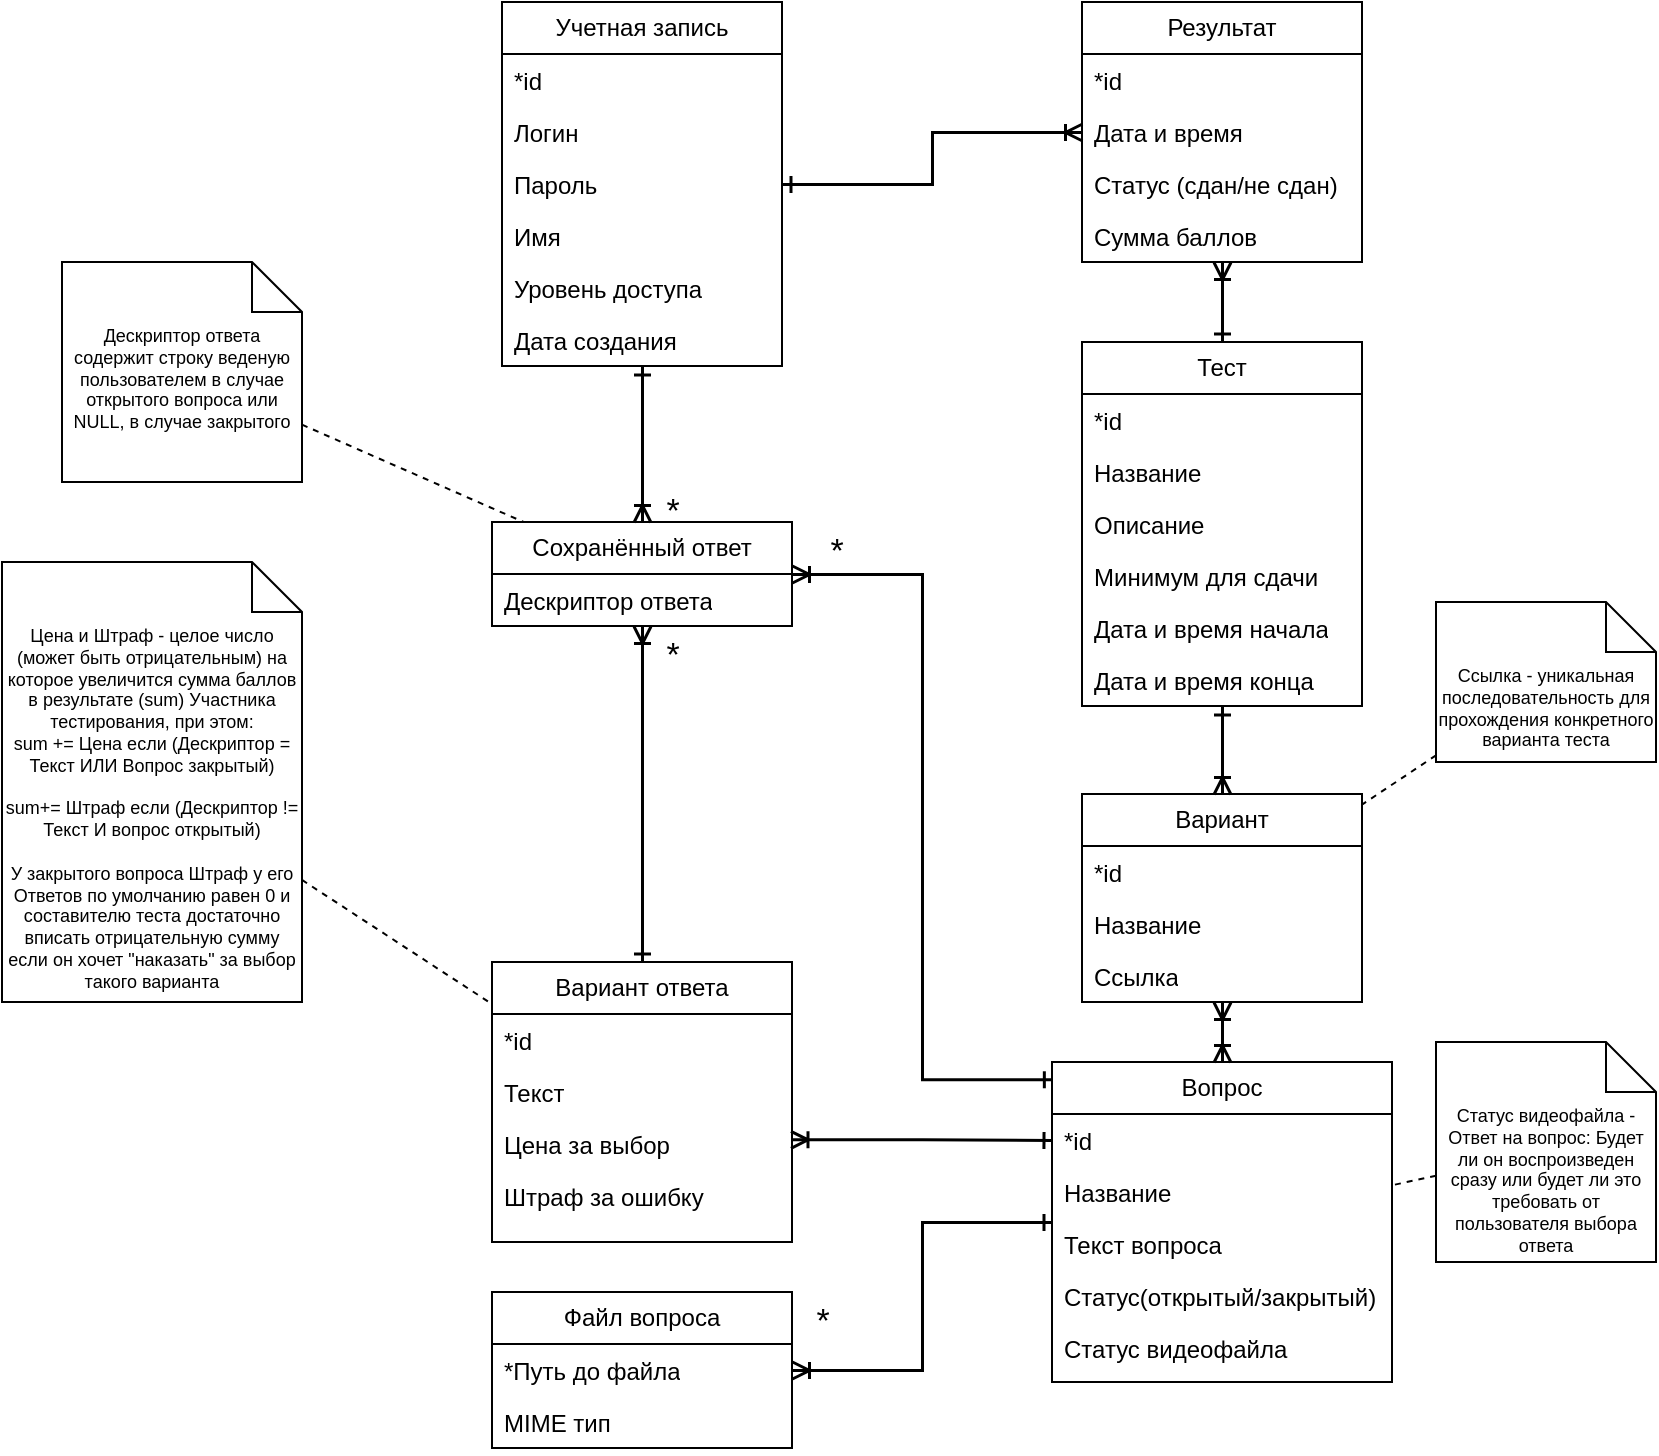
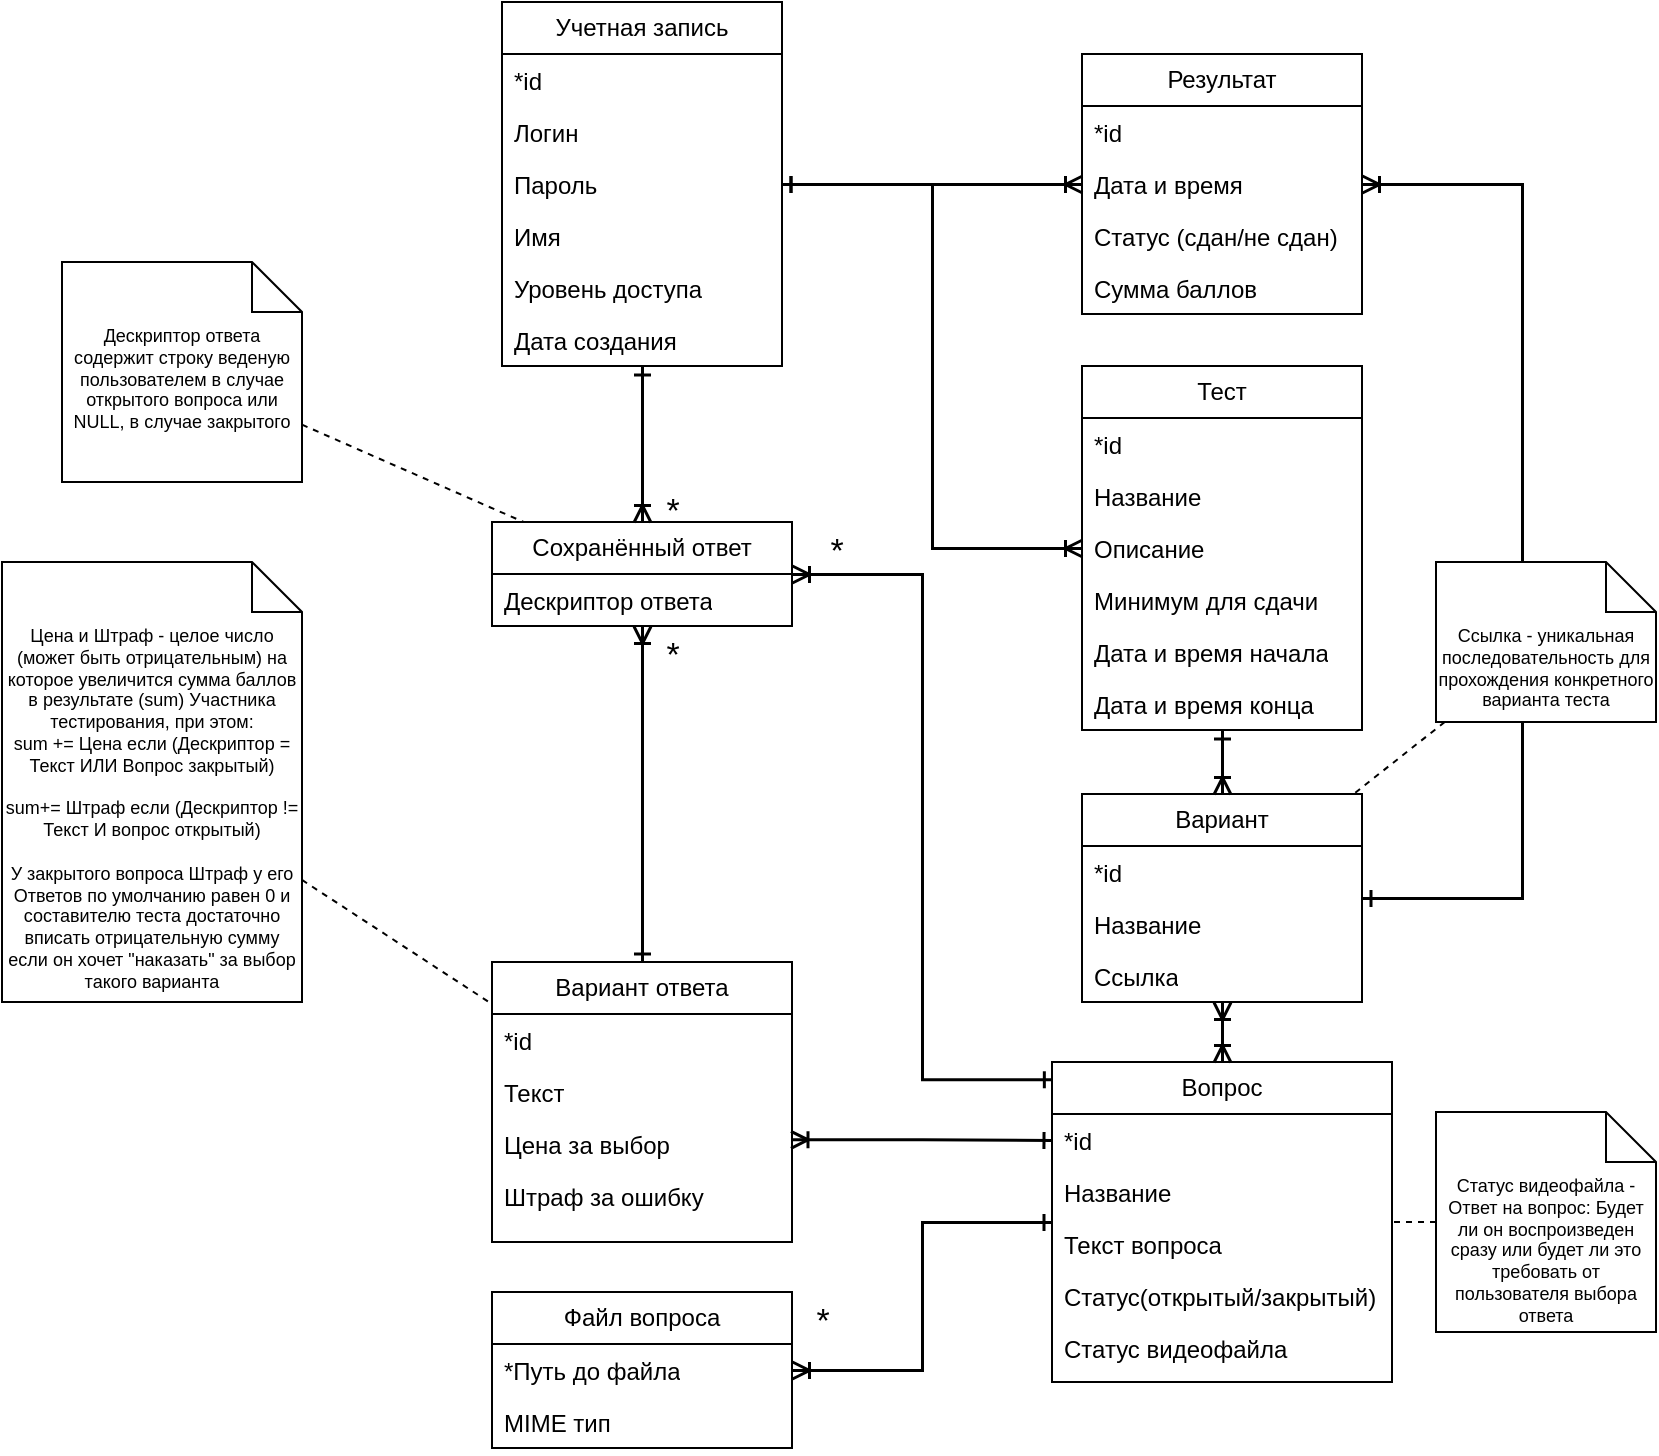
<mxfile host="app.diagrams.net" agent="Mozilla/5.0 (Windows NT 10.0; Win64; x64) AppleWebKit/537.36 (KHTML, like Gecko) Chrome/128.0.0.0 Safari/537.36 OPR/114.0.0.0 (Edition Yx 05)" version="25.0.3">
  <diagram name="Страница — 1" id="Pyf_nM96_FbpkDj3g_Yq">
    <mxGraphModel dx="1748" dy="819" grid="1" gridSize="10" guides="1" tooltips="1" connect="1" arrows="1" fold="1" page="1" pageScale="1" pageWidth="827" pageHeight="1169" math="0" shadow="0">
      <root>
        <mxCell id="0" />
        <mxCell id="1" parent="0" />
        <mxCell id="HcKqTVsdb6viHk0sIlYB-1" value="Учетная запись" style="swimlane;fontStyle=0;childLayout=stackLayout;horizontal=1;startSize=26;fillColor=none;horizontalStack=0;resizeParent=1;resizeParentMax=0;resizeLast=0;collapsible=1;marginBottom=0;whiteSpace=wrap;html=1;" vertex="1" parent="1">
          <mxGeometry x="250" width="140" height="182" as="geometry" />
        </mxCell>
        <mxCell id="HcKqTVsdb6viHk0sIlYB-2" value="*id" style="text;strokeColor=none;fillColor=none;align=left;verticalAlign=top;spacingLeft=4;spacingRight=4;overflow=hidden;rotatable=0;points=[[0,0.5],[1,0.5]];portConstraint=eastwest;whiteSpace=wrap;html=1;" vertex="1" parent="HcKqTVsdb6viHk0sIlYB-1">
          <mxGeometry y="26" width="140" height="26" as="geometry" />
        </mxCell>
        <mxCell id="HcKqTVsdb6viHk0sIlYB-3" value="Логин" style="text;strokeColor=none;fillColor=none;align=left;verticalAlign=top;spacingLeft=4;spacingRight=4;overflow=hidden;rotatable=0;points=[[0,0.5],[1,0.5]];portConstraint=eastwest;whiteSpace=wrap;html=1;" vertex="1" parent="HcKqTVsdb6viHk0sIlYB-1">
          <mxGeometry y="52" width="140" height="26" as="geometry" />
        </mxCell>
        <mxCell id="HcKqTVsdb6viHk0sIlYB-4" value="Пароль" style="text;strokeColor=none;fillColor=none;align=left;verticalAlign=top;spacingLeft=4;spacingRight=4;overflow=hidden;rotatable=0;points=[[0,0.5],[1,0.5]];portConstraint=eastwest;whiteSpace=wrap;html=1;" vertex="1" parent="HcKqTVsdb6viHk0sIlYB-1">
          <mxGeometry y="78" width="140" height="26" as="geometry" />
        </mxCell>
        <mxCell id="HcKqTVsdb6viHk0sIlYB-5" value="Имя" style="text;strokeColor=none;fillColor=none;align=left;verticalAlign=top;spacingLeft=4;spacingRight=4;overflow=hidden;rotatable=0;points=[[0,0.5],[1,0.5]];portConstraint=eastwest;whiteSpace=wrap;html=1;" vertex="1" parent="HcKqTVsdb6viHk0sIlYB-1">
          <mxGeometry y="104" width="140" height="26" as="geometry" />
        </mxCell>
        <mxCell id="HcKqTVsdb6viHk0sIlYB-6" value="Уровень доступа" style="text;strokeColor=none;fillColor=none;align=left;verticalAlign=top;spacingLeft=4;spacingRight=4;overflow=hidden;rotatable=0;points=[[0,0.5],[1,0.5]];portConstraint=eastwest;whiteSpace=wrap;html=1;" vertex="1" parent="HcKqTVsdb6viHk0sIlYB-1">
          <mxGeometry y="130" width="140" height="26" as="geometry" />
        </mxCell>
        <mxCell id="HcKqTVsdb6viHk0sIlYB-7" value="Дата создания" style="text;strokeColor=none;fillColor=none;align=left;verticalAlign=top;spacingLeft=4;spacingRight=4;overflow=hidden;rotatable=0;points=[[0,0.5],[1,0.5]];portConstraint=eastwest;whiteSpace=wrap;html=1;" vertex="1" parent="HcKqTVsdb6viHk0sIlYB-1">
          <mxGeometry y="156" width="140" height="26" as="geometry" />
        </mxCell>
        <mxCell id="HcKqTVsdb6viHk0sIlYB-8" value="Тест" style="swimlane;fontStyle=0;childLayout=stackLayout;horizontal=1;startSize=26;fillColor=none;horizontalStack=0;resizeParent=1;resizeParentMax=0;resizeLast=0;collapsible=1;marginBottom=0;whiteSpace=wrap;html=1;" vertex="1" parent="1">
-           <mxGeometry x="540" y="170" width="140" height="182" as="geometry" />
+           <mxGeometry x="540" y="182" width="140" height="182" as="geometry" />
        </mxCell>
        <mxCell id="HcKqTVsdb6viHk0sIlYB-9" value="*id" style="text;strokeColor=none;fillColor=none;align=left;verticalAlign=top;spacingLeft=4;spacingRight=4;overflow=hidden;rotatable=0;points=[[0,0.5],[1,0.5]];portConstraint=eastwest;whiteSpace=wrap;html=1;" vertex="1" parent="HcKqTVsdb6viHk0sIlYB-8">
          <mxGeometry y="26" width="140" height="26" as="geometry" />
        </mxCell>
        <mxCell id="HcKqTVsdb6viHk0sIlYB-10" value="Название" style="text;strokeColor=none;fillColor=none;align=left;verticalAlign=top;spacingLeft=4;spacingRight=4;overflow=hidden;rotatable=0;points=[[0,0.5],[1,0.5]];portConstraint=eastwest;whiteSpace=wrap;html=1;" vertex="1" parent="HcKqTVsdb6viHk0sIlYB-8">
          <mxGeometry y="52" width="140" height="26" as="geometry" />
        </mxCell>
        <mxCell id="HcKqTVsdb6viHk0sIlYB-11" value="Описание" style="text;strokeColor=none;fillColor=none;align=left;verticalAlign=top;spacingLeft=4;spacingRight=4;overflow=hidden;rotatable=0;points=[[0,0.5],[1,0.5]];portConstraint=eastwest;whiteSpace=wrap;html=1;" vertex="1" parent="HcKqTVsdb6viHk0sIlYB-8">
          <mxGeometry y="78" width="140" height="26" as="geometry" />
        </mxCell>
        <mxCell id="HcKqTVsdb6viHk0sIlYB-12" value="Минимум для сдачи" style="text;strokeColor=none;fillColor=none;align=left;verticalAlign=top;spacingLeft=4;spacingRight=4;overflow=hidden;rotatable=0;points=[[0,0.5],[1,0.5]];portConstraint=eastwest;whiteSpace=wrap;html=1;" vertex="1" parent="HcKqTVsdb6viHk0sIlYB-8">
          <mxGeometry y="104" width="140" height="26" as="geometry" />
        </mxCell>
        <mxCell id="HcKqTVsdb6viHk0sIlYB-13" value="Дата и время начала" style="text;strokeColor=none;fillColor=none;align=left;verticalAlign=top;spacingLeft=4;spacingRight=4;overflow=hidden;rotatable=0;points=[[0,0.5],[1,0.5]];portConstraint=eastwest;whiteSpace=wrap;html=1;" vertex="1" parent="HcKqTVsdb6viHk0sIlYB-8">
          <mxGeometry y="130" width="140" height="26" as="geometry" />
        </mxCell>
        <mxCell id="HcKqTVsdb6viHk0sIlYB-14" value="Дата и время конца" style="text;strokeColor=none;fillColor=none;align=left;verticalAlign=top;spacingLeft=4;spacingRight=4;overflow=hidden;rotatable=0;points=[[0,0.5],[1,0.5]];portConstraint=eastwest;whiteSpace=wrap;html=1;" vertex="1" parent="HcKqTVsdb6viHk0sIlYB-8">
          <mxGeometry y="156" width="140" height="26" as="geometry" />
        </mxCell>
        <mxCell id="HcKqTVsdb6viHk0sIlYB-15" value="Результат" style="swimlane;fontStyle=0;childLayout=stackLayout;horizontal=1;startSize=26;fillColor=none;horizontalStack=0;resizeParent=1;resizeParentMax=0;resizeLast=0;collapsible=1;marginBottom=0;whiteSpace=wrap;html=1;" vertex="1" parent="1">
-           <mxGeometry x="540" width="140" height="130" as="geometry" />
+           <mxGeometry x="540" y="26" width="140" height="130" as="geometry" />
        </mxCell>
        <mxCell id="HcKqTVsdb6viHk0sIlYB-16" value="*id" style="text;strokeColor=none;fillColor=none;align=left;verticalAlign=top;spacingLeft=4;spacingRight=4;overflow=hidden;rotatable=0;points=[[0,0.5],[1,0.5]];portConstraint=eastwest;whiteSpace=wrap;html=1;" vertex="1" parent="HcKqTVsdb6viHk0sIlYB-15">
          <mxGeometry y="26" width="140" height="26" as="geometry" />
        </mxCell>
        <mxCell id="HcKqTVsdb6viHk0sIlYB-17" value="Дата и время" style="text;strokeColor=none;fillColor=none;align=left;verticalAlign=top;spacingLeft=4;spacingRight=4;overflow=hidden;rotatable=0;points=[[0,0.5],[1,0.5]];portConstraint=eastwest;whiteSpace=wrap;html=1;" vertex="1" parent="HcKqTVsdb6viHk0sIlYB-15">
          <mxGeometry y="52" width="140" height="26" as="geometry" />
        </mxCell>
        <mxCell id="HcKqTVsdb6viHk0sIlYB-18" value="Статус (сдан/не сдан)" style="text;strokeColor=none;fillColor=none;align=left;verticalAlign=top;spacingLeft=4;spacingRight=4;overflow=hidden;rotatable=0;points=[[0,0.5],[1,0.5]];portConstraint=eastwest;whiteSpace=wrap;html=1;" vertex="1" parent="HcKqTVsdb6viHk0sIlYB-15">
          <mxGeometry y="78" width="140" height="26" as="geometry" />
        </mxCell>
        <mxCell id="HcKqTVsdb6viHk0sIlYB-19" value="Сумма баллов" style="text;strokeColor=none;fillColor=none;align=left;verticalAlign=top;spacingLeft=4;spacingRight=4;overflow=hidden;rotatable=0;points=[[0,0.5],[1,0.5]];portConstraint=eastwest;whiteSpace=wrap;html=1;" vertex="1" parent="HcKqTVsdb6viHk0sIlYB-15">
          <mxGeometry y="104" width="140" height="26" as="geometry" />
        </mxCell>
        <mxCell id="HcKqTVsdb6viHk0sIlYB-20" value="Вопрос" style="swimlane;fontStyle=0;childLayout=stackLayout;horizontal=1;startSize=26;fillColor=none;horizontalStack=0;resizeParent=1;resizeParentMax=0;resizeLast=0;collapsible=1;marginBottom=0;whiteSpace=wrap;html=1;" vertex="1" parent="1">
          <mxGeometry x="525" y="530" width="170" height="160" as="geometry" />
        </mxCell>
        <mxCell id="HcKqTVsdb6viHk0sIlYB-21" value="*id" style="text;strokeColor=none;fillColor=none;align=left;verticalAlign=top;spacingLeft=4;spacingRight=4;overflow=hidden;rotatable=0;points=[[0,0.5],[1,0.5]];portConstraint=eastwest;whiteSpace=wrap;html=1;" vertex="1" parent="HcKqTVsdb6viHk0sIlYB-20">
          <mxGeometry y="26" width="170" height="26" as="geometry" />
        </mxCell>
        <mxCell id="HcKqTVsdb6viHk0sIlYB-22" value="Название" style="text;strokeColor=none;fillColor=none;align=left;verticalAlign=top;spacingLeft=4;spacingRight=4;overflow=hidden;rotatable=0;points=[[0,0.5],[1,0.5]];portConstraint=eastwest;whiteSpace=wrap;html=1;" vertex="1" parent="HcKqTVsdb6viHk0sIlYB-20">
          <mxGeometry y="52" width="170" height="26" as="geometry" />
        </mxCell>
        <mxCell id="HcKqTVsdb6viHk0sIlYB-23" value="Текст вопроса" style="text;strokeColor=none;fillColor=none;align=left;verticalAlign=top;spacingLeft=4;spacingRight=4;overflow=hidden;rotatable=0;points=[[0,0.5],[1,0.5]];portConstraint=eastwest;whiteSpace=wrap;html=1;" vertex="1" parent="HcKqTVsdb6viHk0sIlYB-20">
          <mxGeometry y="78" width="170" height="26" as="geometry" />
        </mxCell>
        <mxCell id="HcKqTVsdb6viHk0sIlYB-24" value="Статус(открытый/закрытый)" style="text;strokeColor=none;fillColor=none;align=left;verticalAlign=top;spacingLeft=4;spacingRight=4;overflow=hidden;rotatable=0;points=[[0,0.5],[1,0.5]];portConstraint=eastwest;whiteSpace=wrap;html=1;" vertex="1" parent="HcKqTVsdb6viHk0sIlYB-20">
          <mxGeometry y="104" width="170" height="26" as="geometry" />
        </mxCell>
        <mxCell id="HcKqTVsdb6viHk0sIlYB-25" value="Статус видеофайла" style="text;strokeColor=none;fillColor=none;align=left;verticalAlign=top;spacingLeft=4;spacingRight=4;overflow=hidden;rotatable=0;points=[[0,0.5],[1,0.5]];portConstraint=eastwest;whiteSpace=wrap;html=1;" vertex="1" parent="HcKqTVsdb6viHk0sIlYB-20">
          <mxGeometry y="130" width="170" height="30" as="geometry" />
        </mxCell>
        <mxCell id="HcKqTVsdb6viHk0sIlYB-26" style="edgeStyle=orthogonalEdgeStyle;rounded=0;orthogonalLoop=1;jettySize=auto;html=1;exitX=1;exitY=0.5;exitDx=0;exitDy=0;" edge="1" parent="HcKqTVsdb6viHk0sIlYB-20" source="HcKqTVsdb6viHk0sIlYB-21" target="HcKqTVsdb6viHk0sIlYB-21">
          <mxGeometry relative="1" as="geometry" />
        </mxCell>
        <mxCell id="HcKqTVsdb6viHk0sIlYB-27" value="Файл вопроса" style="swimlane;fontStyle=0;childLayout=stackLayout;horizontal=1;startSize=26;fillColor=none;horizontalStack=0;resizeParent=1;resizeParentMax=0;resizeLast=0;collapsible=1;marginBottom=0;whiteSpace=wrap;html=1;" vertex="1" parent="1">
          <mxGeometry x="245" y="645" width="150" height="78" as="geometry" />
        </mxCell>
        <mxCell id="HcKqTVsdb6viHk0sIlYB-28" value="*Путь до файла" style="text;strokeColor=none;fillColor=none;align=left;verticalAlign=top;spacingLeft=4;spacingRight=4;overflow=hidden;rotatable=0;points=[[0,0.5],[1,0.5]];portConstraint=eastwest;whiteSpace=wrap;html=1;" vertex="1" parent="HcKqTVsdb6viHk0sIlYB-27">
          <mxGeometry y="26" width="150" height="26" as="geometry" />
        </mxCell>
        <mxCell id="HcKqTVsdb6viHk0sIlYB-29" value="MIME тип" style="text;strokeColor=none;fillColor=none;align=left;verticalAlign=top;spacingLeft=4;spacingRight=4;overflow=hidden;rotatable=0;points=[[0,0.5],[1,0.5]];portConstraint=eastwest;whiteSpace=wrap;html=1;" vertex="1" parent="HcKqTVsdb6viHk0sIlYB-27">
          <mxGeometry y="52" width="150" height="26" as="geometry" />
        </mxCell>
        <mxCell id="HcKqTVsdb6viHk0sIlYB-30" style="edgeStyle=orthogonalEdgeStyle;rounded=0;orthogonalLoop=1;jettySize=auto;html=1;exitX=1;exitY=0.5;exitDx=0;exitDy=0;" edge="1" parent="HcKqTVsdb6viHk0sIlYB-27">
          <mxGeometry relative="1" as="geometry">
            <mxPoint x="170" y="39" as="sourcePoint" />
            <mxPoint x="170" y="39" as="targetPoint" />
          </mxGeometry>
        </mxCell>
        <mxCell id="HcKqTVsdb6viHk0sIlYB-31" value="Вариант ответа" style="swimlane;fontStyle=0;childLayout=stackLayout;horizontal=1;startSize=26;fillColor=none;horizontalStack=0;resizeParent=1;resizeParentMax=0;resizeLast=0;collapsible=1;marginBottom=0;whiteSpace=wrap;html=1;" vertex="1" parent="1">
          <mxGeometry x="245" y="480" width="150" height="140" as="geometry" />
        </mxCell>
        <mxCell id="HcKqTVsdb6viHk0sIlYB-32" value="*id" style="text;strokeColor=none;fillColor=none;align=left;verticalAlign=top;spacingLeft=4;spacingRight=4;overflow=hidden;rotatable=0;points=[[0,0.5],[1,0.5]];portConstraint=eastwest;whiteSpace=wrap;html=1;" vertex="1" parent="HcKqTVsdb6viHk0sIlYB-31">
          <mxGeometry y="26" width="150" height="26" as="geometry" />
        </mxCell>
        <mxCell id="HcKqTVsdb6viHk0sIlYB-33" value="Текст" style="text;strokeColor=none;fillColor=none;align=left;verticalAlign=top;spacingLeft=4;spacingRight=4;overflow=hidden;rotatable=0;points=[[0,0.5],[1,0.5]];portConstraint=eastwest;whiteSpace=wrap;html=1;" vertex="1" parent="HcKqTVsdb6viHk0sIlYB-31">
          <mxGeometry y="52" width="150" height="26" as="geometry" />
        </mxCell>
        <mxCell id="HcKqTVsdb6viHk0sIlYB-34" style="edgeStyle=orthogonalEdgeStyle;rounded=0;orthogonalLoop=1;jettySize=auto;html=1;exitX=1;exitY=0.5;exitDx=0;exitDy=0;" edge="1" parent="HcKqTVsdb6viHk0sIlYB-31">
          <mxGeometry relative="1" as="geometry">
            <mxPoint x="170" y="39" as="sourcePoint" />
            <mxPoint x="170" y="39" as="targetPoint" />
          </mxGeometry>
        </mxCell>
        <mxCell id="HcKqTVsdb6viHk0sIlYB-35" value="Цена за выбор" style="text;strokeColor=none;fillColor=none;align=left;verticalAlign=top;spacingLeft=4;spacingRight=4;overflow=hidden;rotatable=0;points=[[0,0.5],[1,0.5]];portConstraint=eastwest;whiteSpace=wrap;html=1;" vertex="1" parent="HcKqTVsdb6viHk0sIlYB-31">
          <mxGeometry y="78" width="150" height="26" as="geometry" />
        </mxCell>
        <mxCell id="HcKqTVsdb6viHk0sIlYB-36" value="Штраф за ошибку" style="text;strokeColor=none;fillColor=none;align=left;verticalAlign=top;spacingLeft=4;spacingRight=4;overflow=hidden;rotatable=0;points=[[0,0.5],[1,0.5]];portConstraint=eastwest;whiteSpace=wrap;html=1;" vertex="1" parent="HcKqTVsdb6viHk0sIlYB-31">
          <mxGeometry y="104" width="150" height="36" as="geometry" />
        </mxCell>
        <mxCell id="HcKqTVsdb6viHk0sIlYB-37" value="Сохранённый ответ" style="swimlane;fontStyle=0;childLayout=stackLayout;horizontal=1;startSize=26;fillColor=none;horizontalStack=0;resizeParent=1;resizeParentMax=0;resizeLast=0;collapsible=1;marginBottom=0;whiteSpace=wrap;html=1;" vertex="1" parent="1">
          <mxGeometry x="245" y="260" width="150" height="52" as="geometry" />
        </mxCell>
        <mxCell id="HcKqTVsdb6viHk0sIlYB-38" value="Дескриптор ответа" style="text;strokeColor=none;fillColor=none;align=left;verticalAlign=top;spacingLeft=4;spacingRight=4;overflow=hidden;rotatable=0;points=[[0,0.5],[1,0.5]];portConstraint=eastwest;whiteSpace=wrap;html=1;" vertex="1" parent="HcKqTVsdb6viHk0sIlYB-37">
          <mxGeometry y="26" width="150" height="26" as="geometry" />
        </mxCell>
        <mxCell id="HcKqTVsdb6viHk0sIlYB-39" style="edgeStyle=orthogonalEdgeStyle;rounded=0;orthogonalLoop=1;jettySize=auto;html=1;exitX=1;exitY=0.5;exitDx=0;exitDy=0;" edge="1" parent="HcKqTVsdb6viHk0sIlYB-37">
          <mxGeometry relative="1" as="geometry">
            <mxPoint x="170" y="39" as="sourcePoint" />
            <mxPoint x="170" y="39" as="targetPoint" />
          </mxGeometry>
        </mxCell>
        <mxCell id="HcKqTVsdb6viHk0sIlYB-40" value="Дескриптор ответа содержит строку веденую пользователем в случае открытого вопроса или NULL, в случае закрытого" style="shape=note2;boundedLbl=1;whiteSpace=wrap;html=1;size=25;verticalAlign=top;align=center;fontSize=9;" vertex="1" parent="1">
          <mxGeometry x="30" y="130" width="120" height="110" as="geometry" />
        </mxCell>
        <mxCell id="HcKqTVsdb6viHk0sIlYB-41" value="" style="endArrow=none;dashed=1;html=1;rounded=0;" edge="1" parent="1" source="HcKqTVsdb6viHk0sIlYB-40" target="HcKqTVsdb6viHk0sIlYB-37">
          <mxGeometry width="50" height="50" relative="1" as="geometry">
            <mxPoint x="500" y="320" as="sourcePoint" />
            <mxPoint x="550" y="270" as="targetPoint" />
          </mxGeometry>
        </mxCell>
        <mxCell id="HcKqTVsdb6viHk0sIlYB-42" value="&lt;div style=&quot;font-size: 9px;&quot;&gt;&lt;font style=&quot;font-size: 9px;&quot;&gt;Цена и Штраф - целое число (может быть отрицательным) на которое увеличится сумма баллов в результате (sum) Участника тестирования, при этом:&lt;/font&gt;&lt;/div&gt;&lt;div style=&quot;font-size: 9px;&quot;&gt;sum += Цена если (Дескриптор = Текст ИЛИ Вопрос закрытый)&lt;/div&gt;&lt;div style=&quot;font-size: 9px;&quot;&gt;&lt;br&gt;&lt;/div&gt;&lt;div style=&quot;font-size: 9px;&quot;&gt;sum+= Штраф если (Дескриптор != Текст И вопрос открытый)&lt;/div&gt;&lt;div style=&quot;font-size: 9px;&quot;&gt;&lt;br&gt;&lt;/div&gt;&lt;div style=&quot;font-size: 9px;&quot;&gt;У закрытого вопроса Штраф у его Ответов по умолчанию равен 0 и составителю теста достаточно вписать отрицательную сумму если он хочет &quot;наказать&quot; за выбор такого варианта&lt;/div&gt;" style="shape=note2;boundedLbl=1;whiteSpace=wrap;html=1;size=25;verticalAlign=top;align=center;fontSize=9;" vertex="1" parent="1">
          <mxGeometry y="280" width="150" height="220" as="geometry" />
        </mxCell>
        <mxCell id="HcKqTVsdb6viHk0sIlYB-43" value="" style="endArrow=none;dashed=1;html=1;rounded=0;" edge="1" parent="1" source="HcKqTVsdb6viHk0sIlYB-42" target="HcKqTVsdb6viHk0sIlYB-31">
          <mxGeometry width="50" height="50" relative="1" as="geometry">
            <mxPoint x="210" y="350.55" as="sourcePoint" />
            <mxPoint x="240" y="359.55" as="targetPoint" />
          </mxGeometry>
        </mxCell>
-         <mxCell id="HcKqTVsdb6viHk0sIlYB-44" value="&lt;div style=&quot;font-size: 9px;&quot;&gt;Ссылка - уникальная последовательность для прохождения конкретного варианта теста&lt;/div&gt;" style="shape=note2;boundedLbl=1;whiteSpace=wrap;html=1;size=25;verticalAlign=top;align=center;fontSize=9;" vertex="1" parent="1">
-           <mxGeometry x="717" y="300" width="110" height="80" as="geometry" />
-         </mxCell>
        <mxCell id="HcKqTVsdb6viHk0sIlYB-45" value="" style="endArrow=none;dashed=1;html=1;rounded=0;" edge="1" parent="1" source="HcKqTVsdb6viHk0sIlYB-46" target="HcKqTVsdb6viHk0sIlYB-20">
          <mxGeometry width="50" height="50" relative="1" as="geometry">
            <mxPoint x="840" y="340.00428571428574" as="sourcePoint" />
            <mxPoint x="720" y="398.28999999999996" as="targetPoint" />
          </mxGeometry>
        </mxCell>
        <mxCell id="HcKqTVsdb6viHk0sIlYB-46" value="&lt;div style=&quot;font-size: 9px;&quot;&gt;Статус видеофайла - Ответ на вопрос: Будет ли он воспроизведен сразу или будет ли это требовать от пользователя выбора ответа&lt;/div&gt;" style="shape=note2;boundedLbl=1;whiteSpace=wrap;html=1;size=25;verticalAlign=top;align=center;fontSize=9;" vertex="1" parent="1">
-           <mxGeometry x="717" y="520" width="110" height="110" as="geometry" />
+           <mxGeometry x="717" y="555" width="110" height="110" as="geometry" />
        </mxCell>
        <mxCell id="HcKqTVsdb6viHk0sIlYB-47" value="" style="endArrow=none;dashed=1;html=1;rounded=0;" edge="1" parent="1" source="HcKqTVsdb6viHk0sIlYB-44" target="HcKqTVsdb6viHk0sIlYB-60">
          <mxGeometry width="50" height="50" relative="1" as="geometry">
            <mxPoint x="822" y="289.63" as="sourcePoint" />
            <mxPoint x="710" y="323.63" as="targetPoint" />
          </mxGeometry>
        </mxCell>
        <mxCell id="HcKqTVsdb6viHk0sIlYB-48" value="" style="endArrow=ERoneToMany;html=1;rounded=0;fontSize=11;strokeWidth=1.5;endFill=0;startArrow=ERoneToMany;startFill=0;edgeStyle=elbowEdgeStyle;" edge="1" parent="1" source="HcKqTVsdb6viHk0sIlYB-20" target="HcKqTVsdb6viHk0sIlYB-60">
          <mxGeometry width="50" height="50" relative="1" as="geometry">
            <mxPoint x="460" y="250" as="sourcePoint" />
            <mxPoint x="460" y="210" as="targetPoint" />
          </mxGeometry>
        </mxCell>
-         <mxCell id="HcKqTVsdb6viHk0sIlYB-49" value="" style="endArrow=ERone;html=1;rounded=0;fontSize=11;strokeWidth=1.5;endFill=0;startArrow=ERoneToMany;startFill=0;" edge="1" parent="1" target="HcKqTVsdb6viHk0sIlYB-8">
+         <mxCell id="HcKqTVsdb6viHk0sIlYB-49" value="" style="endArrow=ERone;html=1;rounded=0;fontSize=11;strokeWidth=1.5;endFill=0;startArrow=ERoneToMany;startFill=0;edgeStyle=elbowEdgeStyle;" edge="1" parent="1" target="HcKqTVsdb6viHk0sIlYB-60" source="HcKqTVsdb6viHk0sIlYB-15">
          <mxGeometry width="50" height="50" relative="1" as="geometry">
            <mxPoint x="610" y="130" as="sourcePoint" />
            <mxPoint x="440" y="210" as="targetPoint" />
+             <Array as="points">
+               <mxPoint x="760" y="260" />
+             </Array>
          </mxGeometry>
        </mxCell>
        <mxCell id="HcKqTVsdb6viHk0sIlYB-50" value="" style="endArrow=ERone;html=1;rounded=0;fontSize=11;strokeWidth=1.5;endFill=0;startArrow=ERoneToMany;startFill=0;edgeStyle=elbowEdgeStyle;" edge="1" parent="1" source="HcKqTVsdb6viHk0sIlYB-15" target="HcKqTVsdb6viHk0sIlYB-1">
          <mxGeometry width="50" height="50" relative="1" as="geometry">
            <mxPoint x="410" y="130" as="sourcePoint" />
            <mxPoint x="470" y="140" as="targetPoint" />
          </mxGeometry>
        </mxCell>
        <mxCell id="HcKqTVsdb6viHk0sIlYB-51" value="" style="endArrow=ERone;html=1;rounded=0;fontSize=11;strokeWidth=1.5;endFill=0;startArrow=ERoneToMany;startFill=0;" edge="1" parent="1" source="HcKqTVsdb6viHk0sIlYB-37" target="HcKqTVsdb6viHk0sIlYB-1">
          <mxGeometry width="50" height="50" relative="1" as="geometry">
            <mxPoint x="550" y="139.72" as="sourcePoint" />
            <mxPoint x="400" y="153.72" as="targetPoint" />
          </mxGeometry>
        </mxCell>
        <mxCell id="HcKqTVsdb6viHk0sIlYB-52" value="" style="endArrow=ERone;html=1;rounded=0;fontSize=11;strokeWidth=1.5;endFill=0;startArrow=ERoneToMany;startFill=0;" edge="1" parent="1" source="HcKqTVsdb6viHk0sIlYB-37" target="HcKqTVsdb6viHk0sIlYB-31">
          <mxGeometry width="50" height="50" relative="1" as="geometry">
            <mxPoint x="450" y="288" as="sourcePoint" />
            <mxPoint x="450" y="210" as="targetPoint" />
          </mxGeometry>
        </mxCell>
        <mxCell id="HcKqTVsdb6viHk0sIlYB-53" value="" style="endArrow=ERone;html=1;rounded=0;fontSize=11;strokeWidth=1.5;endFill=0;startArrow=ERoneToMany;startFill=0;edgeStyle=elbowEdgeStyle;entryX=0.001;entryY=0.054;entryDx=0;entryDy=0;entryPerimeter=0;" edge="1" parent="1" source="HcKqTVsdb6viHk0sIlYB-37" target="HcKqTVsdb6viHk0sIlYB-20">
          <mxGeometry width="50" height="50" relative="1" as="geometry">
            <mxPoint x="450" y="330" as="sourcePoint" />
            <mxPoint x="450" y="362" as="targetPoint" />
          </mxGeometry>
        </mxCell>
        <mxCell id="HcKqTVsdb6viHk0sIlYB-54" value="" style="endArrow=ERone;html=1;rounded=0;fontSize=11;strokeWidth=1.5;endFill=0;startArrow=ERoneToMany;startFill=0;edgeStyle=orthogonalEdgeStyle;elbow=vertical;" edge="1" parent="1" source="HcKqTVsdb6viHk0sIlYB-27" target="HcKqTVsdb6viHk0sIlYB-20">
          <mxGeometry width="50" height="50" relative="1" as="geometry">
            <mxPoint x="410" y="550" as="sourcePoint" />
            <mxPoint x="520" y="520" as="targetPoint" />
            <Array as="points" />
          </mxGeometry>
        </mxCell>
        <mxCell id="HcKqTVsdb6viHk0sIlYB-55" value="" style="endArrow=ERone;html=1;rounded=0;fontSize=11;strokeWidth=1.5;endFill=0;startArrow=ERoneToMany;startFill=0;edgeStyle=elbowEdgeStyle;entryX=0;entryY=0.5;entryDx=0;entryDy=0;exitX=0.995;exitY=0.411;exitDx=0;exitDy=0;exitPerimeter=0;" edge="1" parent="1" source="HcKqTVsdb6viHk0sIlYB-35" target="HcKqTVsdb6viHk0sIlYB-21">
          <mxGeometry width="50" height="50" relative="1" as="geometry">
            <mxPoint x="410" y="624" as="sourcePoint" />
            <mxPoint x="540" y="550" as="targetPoint" />
            <Array as="points">
              <mxPoint x="460" y="569" />
            </Array>
          </mxGeometry>
        </mxCell>
        <mxCell id="HcKqTVsdb6viHk0sIlYB-56" value="&lt;font style=&quot;font-size: 17px;&quot;&gt;*&lt;/font&gt;" style="text;html=1;align=center;verticalAlign=middle;resizable=0;points=[];autosize=1;strokeColor=none;fillColor=none;" vertex="1" parent="1">
          <mxGeometry x="395" y="645" width="30" height="30" as="geometry" />
        </mxCell>
        <mxCell id="HcKqTVsdb6viHk0sIlYB-57" value="&lt;font style=&quot;font-size: 17px;&quot;&gt;*&lt;/font&gt;" style="text;html=1;align=center;verticalAlign=middle;resizable=0;points=[];autosize=1;strokeColor=none;fillColor=none;" vertex="1" parent="1">
          <mxGeometry x="320" y="312" width="30" height="30" as="geometry" />
        </mxCell>
        <mxCell id="HcKqTVsdb6viHk0sIlYB-58" value="&lt;font style=&quot;font-size: 17px;&quot;&gt;*&lt;/font&gt;" style="text;html=1;align=center;verticalAlign=middle;resizable=0;points=[];autosize=1;strokeColor=none;fillColor=none;" vertex="1" parent="1">
          <mxGeometry x="402" y="260" width="30" height="30" as="geometry" />
        </mxCell>
        <mxCell id="HcKqTVsdb6viHk0sIlYB-59" value="&lt;font style=&quot;font-size: 17px;&quot;&gt;*&lt;/font&gt;" style="text;html=1;align=center;verticalAlign=middle;resizable=0;points=[];autosize=1;strokeColor=none;fillColor=none;" vertex="1" parent="1">
          <mxGeometry x="320" y="240" width="30" height="30" as="geometry" />
        </mxCell>
        <mxCell id="HcKqTVsdb6viHk0sIlYB-60" value="Вариант" style="swimlane;fontStyle=0;childLayout=stackLayout;horizontal=1;startSize=26;fillColor=none;horizontalStack=0;resizeParent=1;resizeParentMax=0;resizeLast=0;collapsible=1;marginBottom=0;whiteSpace=wrap;html=1;" vertex="1" parent="1">
          <mxGeometry x="540" y="396" width="140" height="104" as="geometry" />
        </mxCell>
        <mxCell id="HcKqTVsdb6viHk0sIlYB-61" value="*id" style="text;strokeColor=none;fillColor=none;align=left;verticalAlign=top;spacingLeft=4;spacingRight=4;overflow=hidden;rotatable=0;points=[[0,0.5],[1,0.5]];portConstraint=eastwest;whiteSpace=wrap;html=1;" vertex="1" parent="HcKqTVsdb6viHk0sIlYB-60">
          <mxGeometry y="26" width="140" height="26" as="geometry" />
        </mxCell>
        <mxCell id="HcKqTVsdb6viHk0sIlYB-62" value="Название" style="text;strokeColor=none;fillColor=none;align=left;verticalAlign=top;spacingLeft=4;spacingRight=4;overflow=hidden;rotatable=0;points=[[0,0.5],[1,0.5]];portConstraint=eastwest;whiteSpace=wrap;html=1;" vertex="1" parent="HcKqTVsdb6viHk0sIlYB-60">
          <mxGeometry y="52" width="140" height="26" as="geometry" />
        </mxCell>
        <mxCell id="HcKqTVsdb6viHk0sIlYB-63" value="Ссылка" style="text;strokeColor=none;fillColor=none;align=left;verticalAlign=top;spacingLeft=4;spacingRight=4;overflow=hidden;rotatable=0;points=[[0,0.5],[1,0.5]];portConstraint=eastwest;whiteSpace=wrap;html=1;" vertex="1" parent="HcKqTVsdb6viHk0sIlYB-60">
          <mxGeometry y="78" width="140" height="26" as="geometry" />
        </mxCell>
        <mxCell id="HcKqTVsdb6viHk0sIlYB-64" value="" style="endArrow=ERone;html=1;rounded=0;fontSize=11;strokeWidth=1.5;endFill=0;startArrow=ERoneToMany;startFill=0;edgeStyle=elbowEdgeStyle;" edge="1" parent="1" source="HcKqTVsdb6viHk0sIlYB-60" target="HcKqTVsdb6viHk0sIlYB-8">
          <mxGeometry width="50" height="50" relative="1" as="geometry">
            <mxPoint x="990" y="240" as="sourcePoint" />
            <mxPoint x="1120" y="383" as="targetPoint" />
          </mxGeometry>
        </mxCell>
+         <mxCell id="HcKqTVsdb6viHk0sIlYB-65" value="" style="endArrow=ERone;html=1;rounded=0;fontSize=11;strokeWidth=1.5;endFill=0;startArrow=ERoneToMany;startFill=0;edgeStyle=elbowEdgeStyle;" edge="1" parent="1" source="HcKqTVsdb6viHk0sIlYB-8" target="HcKqTVsdb6viHk0sIlYB-1">
+           <mxGeometry width="50" height="50" relative="1" as="geometry">
+             <mxPoint x="564" y="172" as="sourcePoint" />
+             <mxPoint x="414" y="198" as="targetPoint" />
+           </mxGeometry>
+         </mxCell>
+         <mxCell id="HcKqTVsdb6viHk0sIlYB-44" value="&lt;div style=&quot;font-size: 9px;&quot;&gt;Ссылка - уникальная последовательность для прохождения конкретного варианта теста&lt;/div&gt;" style="shape=note2;boundedLbl=1;whiteSpace=wrap;html=1;size=25;verticalAlign=top;align=center;fontSize=9;" vertex="1" parent="1">
+           <mxGeometry x="717" y="280" width="110" height="80" as="geometry" />
+         </mxCell>
      </root>
    </mxGraphModel>
  </diagram>
</mxfile>
